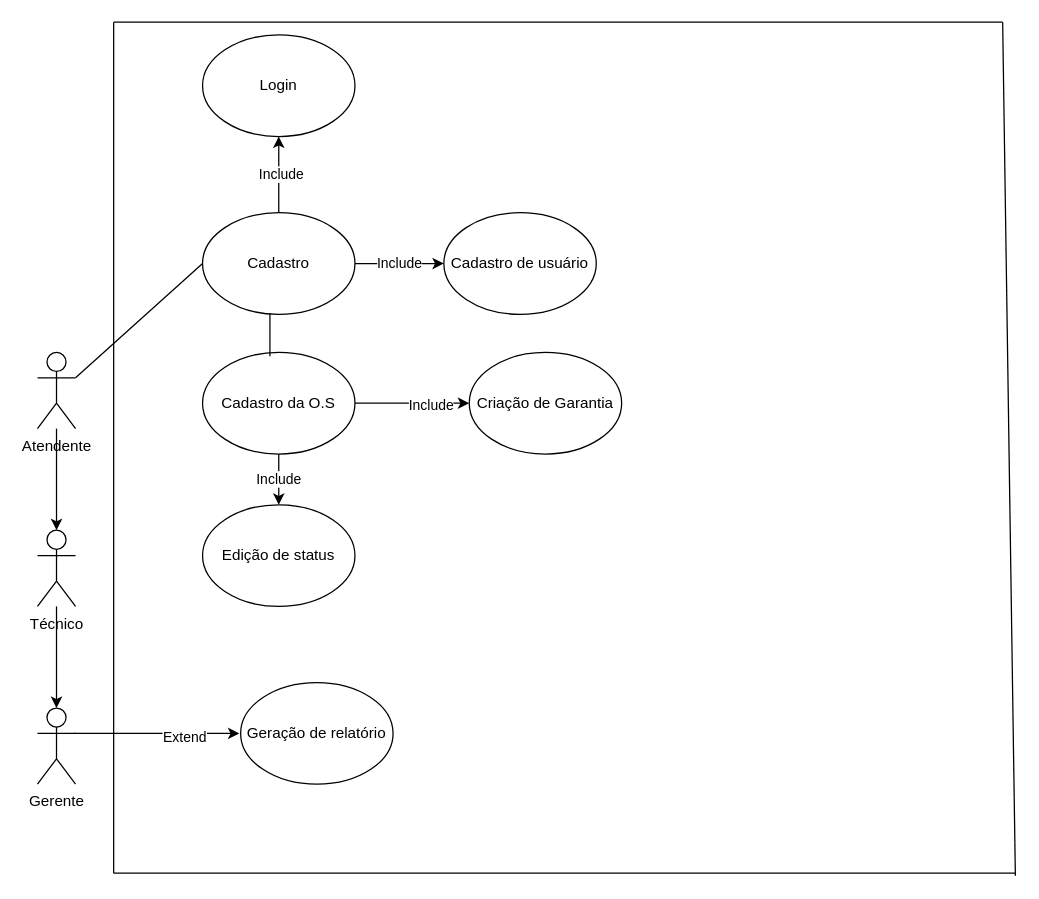
The draw.io diagram docs/InforraticaDiag.drawio in FelipeRotermel/Inforatica, before the edit. Source tidied: cells renumbered, new cells numbered last; positions are measured from the earlier drawing's top-left corner, leaving out a move shared by most shapes. Both pictures are drawn from the tidied source at 127%, with x=0, y=0 at pixel (37, 22).
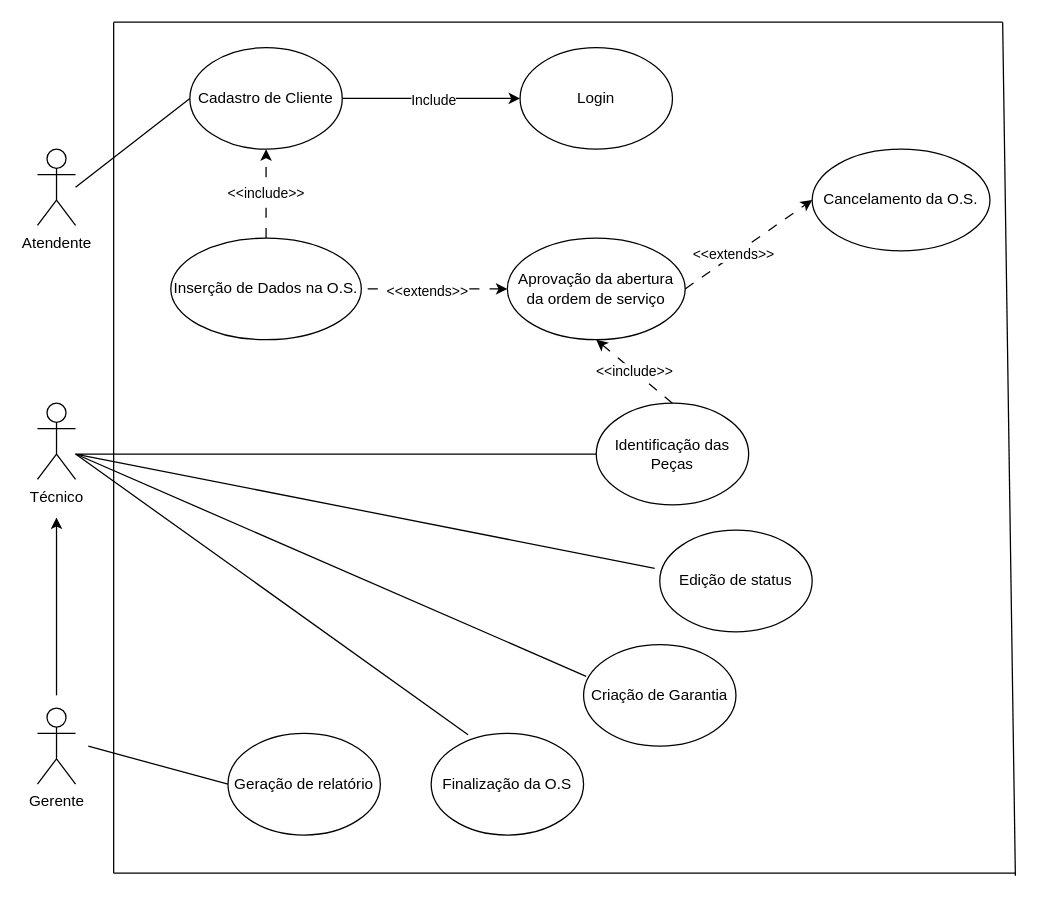
Above is the later version.

The change refers to these unchanged cells:
```xml
<mxCell id="21" value="Gerente" style="shape=umlActor;verticalLabelPosition=bottom;verticalAlign=top;html=1;outlineConnect=0;" parent="1" vertex="1">
  <mxGeometry y="540" width="30" height="60" as="geometry" />
</mxCell>
```

Change to the diagram source:
```diff
@@
-    <mxCell id="2" style="edgeStyle=orthogonalEdgeStyle;rounded=0;jettySize=auto;html=1;" parent="1" edge="1" source="3" target="7">
-      <mxGeometry relative="1" as="geometry" />
-    </mxCell>
     <mxCell id="3" value="Atendente" style="shape=umlActor;verticalLabelPosition=bottom;verticalAlign=top;html=1;outlineConnect=0;shadow=0;" parent="1" vertex="1">
-      <mxGeometry y="260" width="30" height="60" as="geometry" />
+      <mxGeometry y="100" width="30" height="60" as="geometry" />
     </mxCell>
-    <mxCell id="4" value="Cadastro de usuário" style="ellipse;whiteSpace=wrap;html=1;" parent="1" vertex="1">
-      <mxGeometry x="320" y="150" width="120" height="80" as="geometry" />
-    </mxCell>
     <mxCell id="5" style="endArrow=none;html=1;rounded=0;entryX=0;entryY=0.5;entryDx=0;entryDy=0;exitX=0;exitY=0.5;exitDx=0;exitDy=0;" parent="1" edge="1" source="12" target="12">
       <mxGeometry relative="1" as="geometry">
         <Array as="points">
-          <mxPoint x="30" y="280" />
+          <mxPoint x="30" y="130" />
         </Array>
       </mxGeometry>
     </mxCell>
-    <mxCell id="6" style="edgeStyle=orthogonalEdgeStyle;rounded=0;jettySize=auto;html=1;" parent="1" edge="1" source="7" target="21">
-      <mxGeometry relative="1" as="geometry" />
+    <mxCell id="6" style="edgeStyle=orthogonalEdgeStyle;rounded=0;orthogonalLoop=1;jettySize=auto;html=1;" parent="1" edge="1">
+      <mxGeometry relative="1" as="geometry">
+        <mxPoint x="15" y="530" as="sourcePoint" />
+        <mxPoint x="15" y="390" as="targetPoint" />
+      </mxGeometry>
     </mxCell>
     <mxCell id="7" value="Técnico" style="shape=umlActor;verticalLabelPosition=bottom;verticalAlign=top;html=1;outlineConnect=0;" parent="1" vertex="1">
-      <mxGeometry y="400" width="30" height="60" as="geometry" />
+      <mxGeometry y="300" width="30" height="60" as="geometry" />
     </mxCell>
     <mxCell id="8" value="Login" style="ellipse;whiteSpace=wrap;html=1;" parent="1" vertex="1">
-      <mxGeometry x="130" y="10" width="120" height="80" as="geometry" />
+      <mxGeometry x="380" y="20" width="120" height="80" as="geometry" />
     </mxCell>
-    <mxCell id="9" style="edgeStyle=orthogonalEdgeStyle;rounded=0;jettySize=auto;html=1;entryX=0.5;entryY=1;entryDx=0;entryDy=0;" parent="1" edge="1" source="12" target="8">
+    <mxCell id="9" style="edgeStyle=orthogonalEdgeStyle;rounded=0;jettySize=auto;html=1;entryX=0;entryY=0.5;entryDx=0;entryDy=0;" parent="1" edge="1" source="12" target="8">
       <mxGeometry relative="1" as="geometry" />
     </mxCell>
@@
-    <mxCell id="11" value="Include" style="edgeStyle=orthogonalEdgeStyle;rounded=0;jettySize=auto;html=1;exitX=1;exitY=0.5;exitDx=0;exitDy=0;entryX=0;entryY=0.5;entryDx=0;entryDy=0;" parent="1" edge="1" source="12" target="4">
-      <mxGeometry relative="1" as="geometry">
-        <Array as="points">
-          <mxPoint x="270" y="190" />
-          <mxPoint x="270" y="190" />
-        </Array>
-      </mxGeometry>
-    </mxCell>
-    <mxCell id="12" value="Cadastro" style="ellipse;whiteSpace=wrap;html=1;" parent="1" vertex="1">
-      <mxGeometry x="130" y="150" width="120" height="80" as="geometry" />
+    <mxCell id="12" value="Cadastro de Cliente" style="ellipse;whiteSpace=wrap;html=1;" parent="1" vertex="1">
+      <mxGeometry x="120" y="20" width="120" height="80" as="geometry" />
     </mxCell>
-    <mxCell id="13" value="Include" style="edgeStyle=orthogonalEdgeStyle;rounded=0;jettySize=auto;html=1;" parent="1" edge="1" source="16" target="17">
-      <mxGeometry relative="1" as="geometry" />
-    </mxCell>
-    <mxCell id="14" style="edgeStyle=orthogonalEdgeStyle;rounded=0;jettySize=auto;html=1;" parent="1" edge="1" source="16" target="23">
-      <mxGeometry relative="1" as="geometry" />
-    </mxCell>
-    <mxCell id="15" value="Include" style="edgeLabel;html=1;align=center;verticalAlign=middle;" parent="14" vertex="1">
-      <mxGeometry x="0.3" y="-1" relative="1" as="geometry" />
-    </mxCell>
-    <mxCell id="16" value="Cadastro da O.S" style="ellipse;whiteSpace=wrap;html=1;" parent="1" vertex="1">
-      <mxGeometry x="130" y="260" width="120" height="80" as="geometry" />
+    <mxCell id="16" value="Inserção de Dados na O.S." style="ellipse;whiteSpace=wrap;html=1;" parent="1" vertex="1">
+      <mxGeometry x="105" y="170" width="150" height="80" as="geometry" />
     </mxCell>
     <mxCell id="17" value="Edição de status" style="ellipse;whiteSpace=wrap;html=1;" parent="1" vertex="1">
-      <mxGeometry x="130" y="380" width="120" height="80" as="geometry" />
+      <mxGeometry x="490" y="400" width="120" height="80" as="geometry" />
     </mxCell>
-    <mxCell id="18" style="endArrow=none;html=1;rounded=0;entryX=0.442;entryY=0.988;entryDx=0;entryDy=0;entryPerimeter=0;exitX=0.442;exitY=0.038;exitDx=0;exitDy=0;exitPerimeter=0;" parent="1" edge="1" source="16" target="12">
-      <mxGeometry relative="1" as="geometry" />
-    </mxCell>
-    <mxCell id="19" style="edgeStyle=orthogonalEdgeStyle;rounded=0;orthogonalLoop=1;jettySize=auto;html=1;" parent="1" edge="1">
-      <mxGeometry relative="1" as="geometry">
-        <mxPoint x="29" y="560" as="sourcePoint" />
-        <mxPoint x="159" y="560" as="targetPoint" />
-        <Array as="points">
-          <mxPoint x="109" y="560" />
-          <mxPoint x="109" y="560" />
-        </Array>
-      </mxGeometry>
-    </mxCell>
-    <mxCell id="20" value="Extend" style="edgeLabel;html=1;align=center;verticalAlign=middle;" parent="19" vertex="1">
-      <mxGeometry x="0.32" y="-2" relative="1" as="geometry" />
-    </mxCell>
@@
     <mxCell id="22" value="Geração de relatório" style="ellipse;whiteSpace=wrap;html=1;" parent="1" vertex="1">
-      <mxGeometry x="160" y="520" width="120" height="80" as="geometry" />
+      <mxGeometry x="150" y="560" width="120" height="80" as="geometry" />
     </mxCell>
     <mxCell id="23" value="Criação de Garantia" style="ellipse;whiteSpace=wrap;html=1;" parent="1" vertex="1">
-      <mxGeometry x="340" y="260" width="120" height="80" as="geometry" />
+      <mxGeometry x="430" y="490" width="120" height="80" as="geometry" />
     </mxCell>
@@
+    <mxCell id="28" value="Identificação das Peças" style="ellipse;whiteSpace=wrap;html=1;" parent="1" vertex="1">
+      <mxGeometry x="440" y="300" width="120" height="80" as="geometry" />
+    </mxCell>
+    <mxCell id="29" value="Aprovação da abertura da ordem de serviço" style="ellipse;whiteSpace=wrap;html=1;" parent="1" vertex="1">
+      <mxGeometry x="370" y="170" width="140" height="80" as="geometry" />
+    </mxCell>
+    <mxCell id="30" style="endArrow=classic;html=1;rounded=0;entryX=0;entryY=0.5;entryDx=0;entryDy=0;dashed=1;dashPattern=8 8;" parent="1" edge="1" target="29">
+      <mxGeometry relative="1" as="geometry">
+        <mxPoint x="260" y="210" as="sourcePoint" />
+      </mxGeometry>
+    </mxCell>
+    <mxCell id="31" value="&amp;lt;&amp;lt;extends&amp;gt;&amp;gt;" style="edgeLabel;html=1;align=center;verticalAlign=middle;" parent="30" vertex="1">
+      <mxGeometry x="-0.17" y="-1" relative="1" as="geometry" />
+    </mxCell>
+    <mxCell id="18" value="&amp;lt;&amp;lt;include&amp;gt;&amp;gt;" style="endArrow=classic;html=1;rounded=0;entryX=0.5;entryY=1;entryDx=0;entryDy=0;dashed=1;dashPattern=8 8;exitX=0.5;exitY=0;exitDx=0;exitDy=0;" parent="1" edge="1" source="16" target="12">
+      <mxGeometry relative="1" as="geometry" />
+    </mxCell>
+    <mxCell id="32" style="edgeStyle=orthogonalEdgeStyle;rounded=0;orthogonalLoop=1;jettySize=auto;html=1;exitX=0.5;exitY=1;exitDx=0;exitDy=0;" parent="1" edge="1" source="28" target="28">
+      <mxGeometry relative="1" as="geometry" />
+    </mxCell>
+    <mxCell id="33" value="&amp;lt;&amp;lt;include&amp;gt;&amp;gt;" style="endArrow=classic;html=1;rounded=0;entryX=0.5;entryY=1;entryDx=0;entryDy=0;dashed=1;dashPattern=8 8;exitX=0.5;exitY=0;exitDx=0;exitDy=0;" parent="1" edge="1" source="28" target="29">
+      <mxGeometry relative="1" as="geometry" />
+    </mxCell>
+    <mxCell id="34" style="endArrow=none;html=1;rounded=0;entryX=0;entryY=0.5;entryDx=0;entryDy=0;exitX=-0.033;exitY=0.375;exitDx=0;exitDy=0;exitPerimeter=0;" parent="1" edge="1" source="17" target="28">
+      <mxGeometry relative="1" as="geometry">
+        <Array as="points">
+          <mxPoint x="30" y="340" />
+        </Array>
+      </mxGeometry>
+    </mxCell>
+    <mxCell id="35" style="endArrow=none;html=1;rounded=0;entryX=0;entryY=0.5;entryDx=0;entryDy=0;" parent="1" edge="1" target="22">
+      <mxGeometry relative="1" as="geometry">
+        <mxPoint x="40" y="570" as="sourcePoint" />
+      </mxGeometry>
+    </mxCell>
+    <mxCell id="36" style="endArrow=none;html=1;rounded=0;entryX=0.017;entryY=0.313;entryDx=0;entryDy=0;entryPerimeter=0;" parent="1" edge="1" target="23">
+      <mxGeometry relative="1" as="geometry">
+        <mxPoint x="30" y="340" as="sourcePoint" />
+      </mxGeometry>
+    </mxCell>
+    <mxCell id="37" value="Finalização da O.S" style="ellipse;whiteSpace=wrap;html=1;" parent="1" vertex="1">
+      <mxGeometry x="310" y="560" width="120" height="80" as="geometry" />
+    </mxCell>
+    <mxCell id="38" style="endArrow=none;html=1;rounded=0;exitX=0.242;exitY=0.013;exitDx=0;exitDy=0;exitPerimeter=0;" parent="1" edge="1" source="37">
+      <mxGeometry relative="1" as="geometry">
+        <mxPoint x="30" y="340" as="targetPoint" />
+      </mxGeometry>
+    </mxCell>
+    <mxCell id="39" value="Cancelamento da O.S." style="ellipse;whiteSpace=wrap;html=1;" parent="1" vertex="1">
+      <mxGeometry x="610" y="100" width="140" height="80" as="geometry" />
+    </mxCell>
+    <mxCell id="40" style="endArrow=classic;html=1;rounded=0;exitX=1;exitY=0.5;exitDx=0;exitDy=0;entryX=0;entryY=0.5;entryDx=0;entryDy=0;dashed=1;dashPattern=8 8;" parent="1" edge="1" source="29" target="39">
+      <mxGeometry relative="1" as="geometry" />
+    </mxCell>
+    <mxCell id="41" value="&amp;lt;&amp;lt;extends&amp;gt;&amp;gt;" style="edgeLabel;html=1;align=center;verticalAlign=middle;" parent="40" vertex="1">
+      <mxGeometry x="-0.24" y="1" relative="1" as="geometry" />
+    </mxCell>
```
